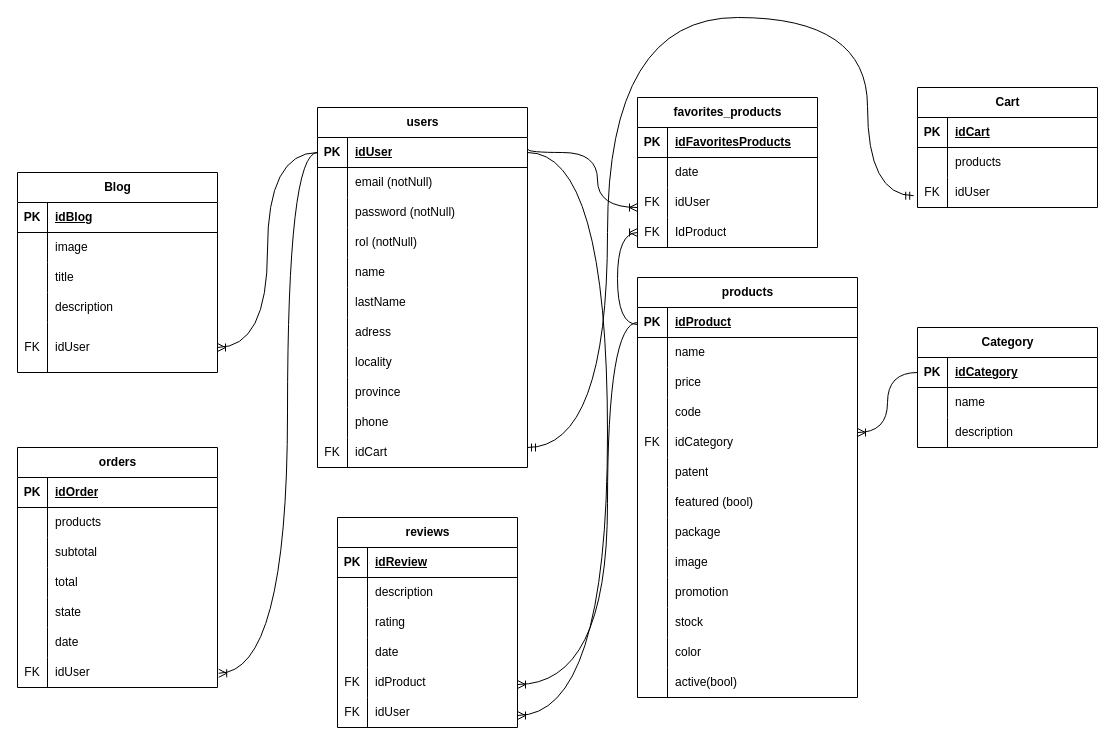
PF-Ide-Pintureria/pinturas-app-back keeps this draw.io diagram as assets/DER.drawio. Above is the earlier version. Source tidied: cells renumbered, new cells numbered last; positions are measured from the earlier drawing's top-left corner, leaving out a move shared by most shapes. Both pictures are drawn from the tidied source at 100%, with x=0, y=0 at pixel (17, 17).
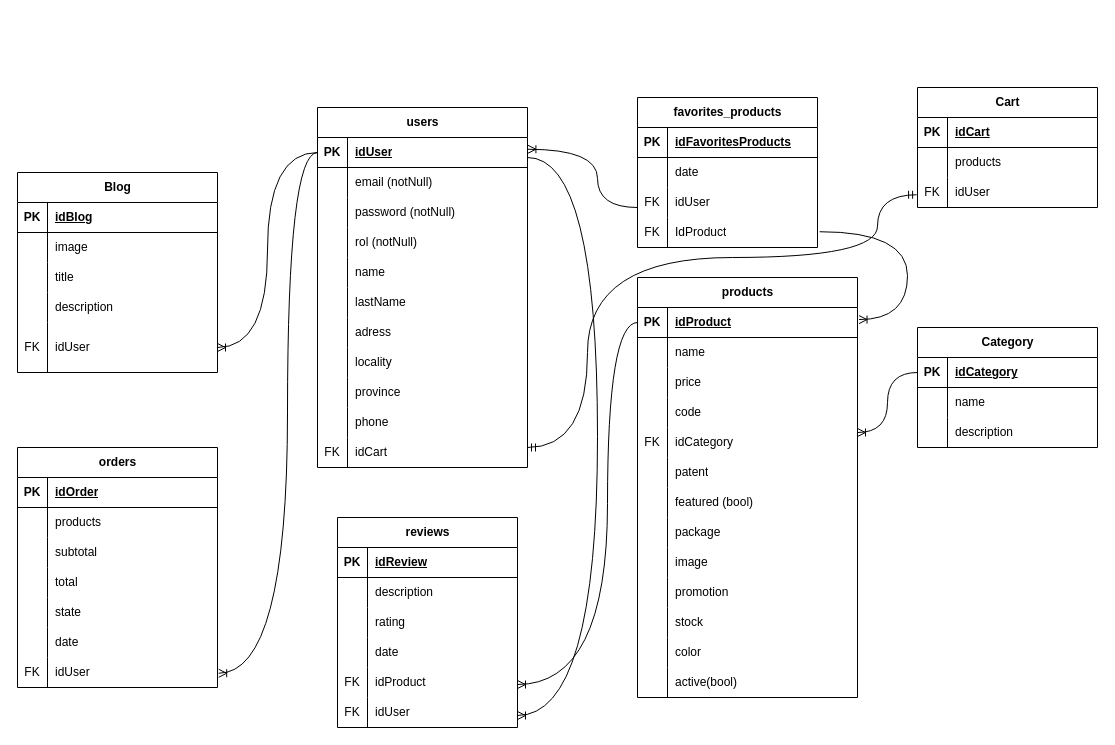
After the change.

Commit message (it also covers changes not shown here):
[DER] updated DER diagram

Unchanged cells that the change refers to:
```xml
<mxCell id="3" style="shape=tableRow;horizontal=0;startSize=0;swimlaneHead=0;swimlaneBody=0;fillColor=none;points=[[0,0.5],[1,0.5]];portConstraint=eastwest;top=0;left=0;right=0;bottom=1;" parent="2" vertex="1">
  <mxGeometry y="30" width="220" height="30" as="geometry" />
</mxCell>
<mxCell id="43" style="shape=tableRow;horizontal=0;startSize=0;swimlaneHead=0;swimlaneBody=0;fillColor=none;points=[[0,0.5],[1,0.5]];portConstraint=eastwest;top=0;left=0;right=0;bottom=1;" parent="42" vertex="1">
  <mxGeometry y="30" width="210" height="30" as="geometry" />
</mxCell>
<mxCell id="73" style="shape=tableRow;horizontal=0;startSize=0;swimlaneHead=0;swimlaneBody=0;fillColor=none;points=[[0,0.5],[1,0.5]];portConstraint=eastwest;top=0;left=0;right=0;bottom=0;" parent="42" vertex="1">
  <mxGeometry y="330" width="210" height="30" as="geometry" />
</mxCell>
<mxCell id="83" style="shape=tableRow;horizontal=0;startSize=0;swimlaneHead=0;swimlaneBody=0;fillColor=none;points=[[0,0.5],[1,0.5]];portConstraint=eastwest;top=0;left=0;right=0;bottom=0;" parent="76" vertex="1">
  <mxGeometry y="90" width="180" height="30" as="geometry" />
</mxCell>
<mxCell id="86" style="shape=tableRow;horizontal=0;startSize=0;swimlaneHead=0;swimlaneBody=0;fillColor=none;points=[[0,0.5],[1,0.5]];portConstraint=eastwest;top=0;left=0;right=0;bottom=0;" parent="76" vertex="1">
  <mxGeometry y="120" width="180" height="30" as="geometry" />
</mxCell>
<mxCell id="137" style="shape=tableRow;horizontal=0;startSize=0;swimlaneHead=0;swimlaneBody=0;fillColor=none;points=[[0,0.5],[1,0.5]];portConstraint=eastwest;top=0;left=0;right=0;bottom=0;" parent="130" vertex="1">
  <mxGeometry y="90" width="180" height="30" as="geometry" />
</mxCell>
```

Change to the diagram source:
```diff
@@
-    <mxCell id="168" style="edgeStyle=orthogonalEdgeStyle;fontSize=12;html=1;endArrow=ERoneToMany;rounded=0;curved=1;exitX=0;exitY=0.567;exitDx=0;exitDy=0;exitPerimeter=0;" parent="1" edge="1" source="3" target="86">
-      <mxGeometry relative="1" as="geometry">
-        <Array as="points">
-          <mxPoint x="600" y="307" />
-          <mxPoint x="600" y="215" />
-        </Array>
-      </mxGeometry>
-    </mxCell>
-    <mxCell id="169" style="edgeStyle=orthogonalEdgeStyle;fontSize=12;html=1;endArrow=ERoneToMany;rounded=0;curved=1;exitX=1.002;exitY=0.392;exitDx=0;exitDy=0;exitPerimeter=0;" parent="1" edge="1" source="43" target="83">
-      <mxGeometry relative="1" as="geometry">
-        <Array as="points">
-          <mxPoint x="510" y="135" />
-          <mxPoint x="580" y="135" />
-          <mxPoint x="580" y="190" />
-        </Array>
-      </mxGeometry>
-    </mxCell>
@@
     <mxCell id="172" style="edgeStyle=orthogonalEdgeStyle;fontSize=12;html=1;endArrow=ERoneToMany;rounded=0;curved=1;" parent="1" edge="1" source="43">
       <mxGeometry relative="1" as="geometry">
         <mxPoint x="500" y="698" as="targetPoint" />
         <Array as="points">
-          <mxPoint x="590" y="135" />
-          <mxPoint x="590" y="698" />
+          <mxPoint x="580" y="140" />
+          <mxPoint x="580" y="698" />
         </Array>
       </mxGeometry>
     </mxCell>
-    <mxCell id="173" style="edgeStyle=orthogonalEdgeStyle;fontSize=12;html=1;endArrow=ERmandOne;startArrow=ERmandOne;rounded=0;entryX=-0.021;entryY=0.608;entryDx=0;entryDy=0;entryPerimeter=0;curved=1;" parent="1" edge="1" source="73" target="137">
+    <mxCell id="173" style="edgeStyle=orthogonalEdgeStyle;fontSize=12;html=1;endArrow=ERmandOne;startArrow=ERmandOne;rounded=0;entryX=-0.005;entryY=0.575;entryDx=0;entryDy=0;entryPerimeter=0;curved=1;" parent="1" edge="1" source="73" target="137">
       <mxGeometry relative="1" as="geometry">
         <Array as="points">
-          <mxPoint x="590" y="430" />
-          <mxPoint x="590" />
-          <mxPoint x="850" />
-          <mxPoint x="850" y="178" />
+          <mxPoint x="570" y="430" />
+          <mxPoint x="570" y="240" />
+          <mxPoint x="860" y="240" />
+          <mxPoint x="860" y="177" />
         </Array>
       </mxGeometry>
     </mxCell>
+    <mxCell id="174" style="edgeStyle=orthogonalEdgeStyle;fontSize=12;html=1;endArrow=ERoneToMany;rounded=0;curved=1;entryX=1.007;entryY=0.403;entryDx=0;entryDy=0;entryPerimeter=0;exitX=1.012;exitY=0.474;exitDx=0;exitDy=0;exitPerimeter=0;" parent="1" edge="1" source="86" target="3">
+      <mxGeometry relative="1" as="geometry">
+        <Array as="points">
+          <mxPoint x="890" y="214" />
+          <mxPoint x="890" y="302" />
+        </Array>
+      </mxGeometry>
+    </mxCell>
+    <mxCell id="169" style="edgeStyle=orthogonalEdgeStyle;fontSize=12;html=1;endArrow=ERoneToMany;rounded=0;curved=1;entryX=1.002;entryY=0.392;entryDx=0;entryDy=0;entryPerimeter=0;" parent="1" edge="1" source="83" target="43">
+      <mxGeometry relative="1" as="geometry">
+        <Array as="points">
+          <mxPoint x="580" y="190" />
+          <mxPoint x="580" y="132" />
+        </Array>
+      </mxGeometry>
+    </mxCell>
```
